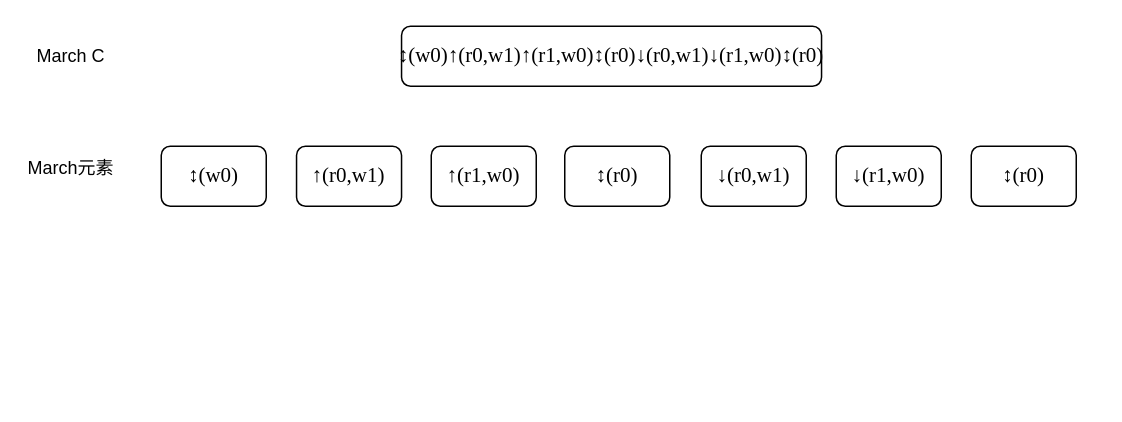
This is doc/March C表达式.drawio from shanshan-lu/homwork, a draw.io file, before an edit. Source tidied: cells renumbered, new cells numbered last; positions are measured from the earlier drawing's top-left corner, leaving out a move shared by most shapes. Both pictures are drawn from the tidied source at 150%, with x=0, y=0 at pixel (26, 26).
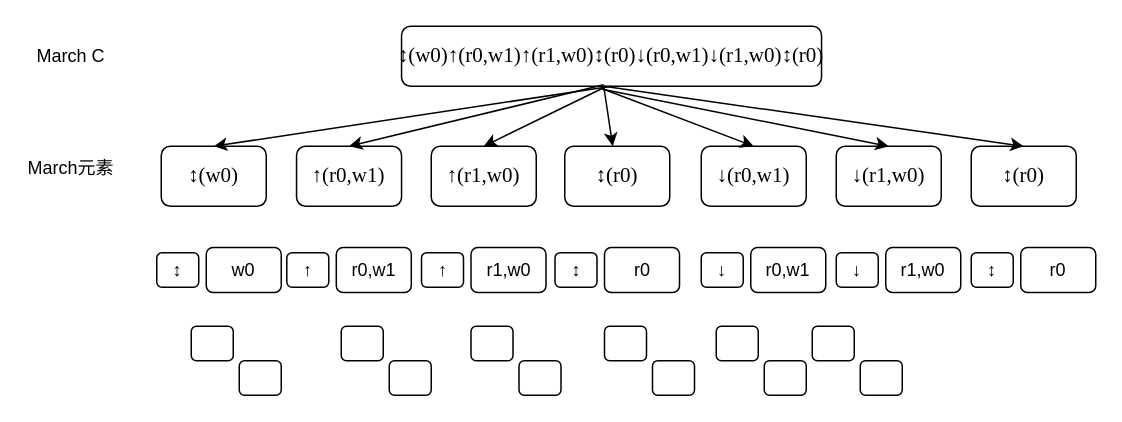
Above is the later version.

Commit message:
更新March C表达式.drawio

Unchanged cells that the change refers to:
```xml
<mxCell id="2" value="&lt;p class=&quot;MsoNormal&quot;&gt;&lt;span style=&quot;mso-spacerun:'yes';font-family:'Times New Roman';font-size:10.5000pt;&lt;br/&gt;mso-font-kerning:1.0000pt;&quot;&gt;↕(w0)↑(r0,w1)↑(r1,w0)↕(r0)↓(r0,w1)↓(r1,w0)↕(r0)&lt;/span&gt;&lt;/p&gt;" style="rounded=1;whiteSpace=wrap;html=1;" parent="1" vertex="1">
  <mxGeometry x="250.2" width="280" height="40" as="geometry" />
</mxCell>
<mxCell id="3" value="&lt;p class=&quot;MsoNormal&quot;&gt;&lt;span style=&quot;mso-spacerun:'yes';font-family:'Times New Roman';font-size:10.5000pt;&lt;br/&gt;mso-font-kerning:1.0000pt;&quot;&gt;↕(w0)&lt;/span&gt;&lt;/p&gt;" style="rounded=1;whiteSpace=wrap;html=1;" parent="1" vertex="1">
  <mxGeometry x="90" y="80" width="70" height="40" as="geometry" />
</mxCell>
<mxCell id="4" value="&lt;p class=&quot;MsoNormal&quot;&gt;&lt;span style=&quot;mso-spacerun:'yes';font-family:'Times New Roman';font-size:10.5000pt;&#10;mso-font-kerning:1.0000pt;&quot;&gt;&lt;font face=&quot;Times New Roman&quot;&gt;↑(r0,w1)&lt;/font&gt;&lt;/span&gt;&lt;/p&gt;" style="rounded=1;whiteSpace=wrap;html=1;" parent="1" vertex="1">
  <mxGeometry x="180.2" y="80" width="70" height="40" as="geometry" />
</mxCell>
<mxCell id="5" value="&lt;p class=&quot;MsoNormal&quot;&gt;&lt;span style=&quot;mso-spacerun:'yes';font-family:'Times New Roman';font-size:10.5000pt;&lt;br/&gt;mso-font-kerning:1.0000pt;&quot;&gt;↑(r1,w0)&lt;/span&gt;&lt;/p&gt;" style="rounded=1;whiteSpace=wrap;html=1;" parent="1" vertex="1">
  <mxGeometry x="270" y="80" width="70" height="40" as="geometry" />
</mxCell>
<mxCell id="6" value="&lt;p class=&quot;MsoNormal&quot;&gt;&lt;span style=&quot;mso-spacerun:'yes';font-family:'Times New Roman';font-size:10.5000pt;&lt;br/&gt;mso-font-kerning:1.0000pt;&quot;&gt;↕(r0)&lt;/span&gt;&lt;/p&gt;" style="rounded=1;whiteSpace=wrap;html=1;" parent="1" vertex="1">
  <mxGeometry x="359" y="80" width="70" height="40" as="geometry" />
</mxCell>
<mxCell id="7" value="&lt;p class=&quot;MsoNormal&quot;&gt;&lt;span style=&quot;mso-spacerun:'yes';font-family:'Times New Roman';font-size:10.5000pt;&lt;br/&gt;mso-font-kerning:1.0000pt;&quot;&gt;↓(r0,w1)&lt;/span&gt;&lt;/p&gt;" style="rounded=1;whiteSpace=wrap;html=1;" parent="1" vertex="1">
  <mxGeometry x="450" y="80" width="70" height="40" as="geometry" />
</mxCell>
<mxCell id="8" value="&lt;p class=&quot;MsoNormal&quot;&gt;&lt;span style=&quot;mso-spacerun:'yes';font-family:'Times New Roman';font-size:10.5000pt;&lt;br/&gt;mso-font-kerning:1.0000pt;&quot;&gt;↓(r1,w0)&lt;/span&gt;&lt;/p&gt;" style="rounded=1;whiteSpace=wrap;html=1;" parent="1" vertex="1">
  <mxGeometry x="540" y="80" width="70" height="40" as="geometry" />
</mxCell>
<mxCell id="9" value="&lt;p class=&quot;MsoNormal&quot;&gt;&lt;span style=&quot;mso-spacerun:'yes';font-family:'Times New Roman';font-size:10.5000pt;&lt;br/&gt;mso-font-kerning:1.0000pt;&quot;&gt;↕(r0)&lt;/span&gt;&lt;/p&gt;" style="rounded=1;whiteSpace=wrap;html=1;" parent="1" vertex="1">
  <mxGeometry x="630" y="80" width="70" height="40" as="geometry" />
</mxCell>
```

Change to the diagram source:
```diff
@@
+    <mxCell id="12" style="endArrow=classic;html=1;rounded=0;exitX=0.5;exitY=1;exitDx=0;exitDy=0;entryX=0.5;entryY=0;entryDx=0;entryDy=0;" parent="1" edge="1" source="2" target="3">
+      <mxGeometry relative="1" as="geometry" />
+    </mxCell>
+    <mxCell id="13" style="endArrow=classic;html=1;rounded=0;entryX=0.5;entryY=0;entryDx=0;entryDy=0;" parent="1" edge="1" target="4">
+      <mxGeometry relative="1" as="geometry">
+        <mxPoint x="385" y="39" as="sourcePoint" />
+      </mxGeometry>
+    </mxCell>
+    <mxCell id="14" style="endArrow=classic;html=1;rounded=0;entryX=0.5;entryY=0;entryDx=0;entryDy=0;" parent="1" edge="1" target="5">
+      <mxGeometry relative="1" as="geometry">
+        <mxPoint x="387" y="40" as="sourcePoint" />
+      </mxGeometry>
+    </mxCell>
+    <mxCell id="15" style="endArrow=classic;html=1;rounded=0;" parent="1" edge="1" target="6">
+      <mxGeometry relative="1" as="geometry">
+        <mxPoint x="385" y="40" as="sourcePoint" />
+      </mxGeometry>
+    </mxCell>
+    <mxCell id="16" style="endArrow=classic;html=1;rounded=0;entryX=0.5;entryY=0;entryDx=0;entryDy=0;" parent="1" edge="1" target="7">
+      <mxGeometry relative="1" as="geometry">
+        <mxPoint x="385" y="42" as="sourcePoint" />
+      </mxGeometry>
+    </mxCell>
+    <mxCell id="17" style="endArrow=classic;html=1;rounded=0;entryX=0.5;entryY=0;entryDx=0;entryDy=0;" parent="1" edge="1" target="8">
+      <mxGeometry relative="1" as="geometry">
+        <mxPoint x="384" y="42" as="sourcePoint" />
+      </mxGeometry>
+    </mxCell>
+    <mxCell id="18" style="endArrow=classic;html=1;rounded=0;entryX=0.5;entryY=0;entryDx=0;entryDy=0;" parent="1" edge="1" target="9">
+      <mxGeometry relative="1" as="geometry">
+        <mxPoint x="385" y="40" as="sourcePoint" />
+      </mxGeometry>
+    </mxCell>
+    <mxCell id="19" value="↕" style="rounded=1;whiteSpace=wrap;html=1;" parent="1" vertex="1">
+      <mxGeometry x="87" y="151" width="28" height="23" as="geometry" />
+    </mxCell>
+    <mxCell id="20" value="w0" style="rounded=1;whiteSpace=wrap;html=1;" parent="1" vertex="1">
+      <mxGeometry x="120" y="147.5" width="50" height="30" as="geometry" />
+    </mxCell>
+    <mxCell id="21" value="↑" style="rounded=1;whiteSpace=wrap;html=1;" parent="1" vertex="1">
+      <mxGeometry x="173.7" y="151" width="28" height="23" as="geometry" />
+    </mxCell>
+    <mxCell id="22" value="r0,w1" style="rounded=1;whiteSpace=wrap;html=1;" parent="1" vertex="1">
+      <mxGeometry x="206.7" y="147.5" width="50" height="30" as="geometry" />
+    </mxCell>
+    <mxCell id="23" value="↑" style="rounded=1;whiteSpace=wrap;html=1;" parent="1" vertex="1">
+      <mxGeometry x="263.5" y="151" width="28" height="23" as="geometry" />
+    </mxCell>
+    <mxCell id="24" value="r1,w0" style="rounded=1;whiteSpace=wrap;html=1;" parent="1" vertex="1">
+      <mxGeometry x="296.5" y="147.5" width="50" height="30" as="geometry" />
+    </mxCell>
+    <mxCell id="25" value="↕" style="rounded=1;whiteSpace=wrap;html=1;" parent="1" vertex="1">
+      <mxGeometry x="352.5" y="151" width="28" height="23" as="geometry" />
+    </mxCell>
+    <mxCell id="26" value="r0" style="rounded=1;whiteSpace=wrap;html=1;" parent="1" vertex="1">
+      <mxGeometry x="385.5" y="147.5" width="50" height="30" as="geometry" />
+    </mxCell>
+    <mxCell id="27" value="↓" style="rounded=1;whiteSpace=wrap;html=1;" parent="1" vertex="1">
+      <mxGeometry x="450" y="151" width="28" height="23" as="geometry" />
+    </mxCell>
+    <mxCell id="28" value="r0,w1" style="rounded=1;whiteSpace=wrap;html=1;" parent="1" vertex="1">
+      <mxGeometry x="483" y="147.5" width="50" height="30" as="geometry" />
+    </mxCell>
+    <mxCell id="29" value="↓" style="rounded=1;whiteSpace=wrap;html=1;" parent="1" vertex="1">
+      <mxGeometry x="540" y="151" width="28" height="23" as="geometry" />
+    </mxCell>
+    <mxCell id="30" value="r1,w0" style="rounded=1;whiteSpace=wrap;html=1;" parent="1" vertex="1">
+      <mxGeometry x="573" y="147.5" width="50" height="30" as="geometry" />
+    </mxCell>
+    <mxCell id="31" value="↕" style="rounded=1;whiteSpace=wrap;html=1;" parent="1" vertex="1">
+      <mxGeometry x="630" y="151" width="28" height="23" as="geometry" />
+    </mxCell>
+    <mxCell id="32" value="r0" style="rounded=1;whiteSpace=wrap;html=1;" parent="1" vertex="1">
+      <mxGeometry x="663" y="147.5" width="50" height="30" as="geometry" />
+    </mxCell>
+    <mxCell id="33" style="rounded=1;whiteSpace=wrap;html=1;" parent="1" vertex="1">
+      <mxGeometry x="110" y="200" width="28" height="23" as="geometry" />
+    </mxCell>
+    <mxCell id="34" style="rounded=1;whiteSpace=wrap;html=1;" parent="1" vertex="1">
+      <mxGeometry x="142" y="223" width="28" height="23" as="geometry" />
+    </mxCell>
+    <mxCell id="35" style="rounded=1;whiteSpace=wrap;html=1;" parent="1" vertex="1">
+      <mxGeometry x="210" y="200" width="28" height="23" as="geometry" />
+    </mxCell>
+    <mxCell id="36" style="rounded=1;whiteSpace=wrap;html=1;" parent="1" vertex="1">
+      <mxGeometry x="242" y="223" width="28" height="23" as="geometry" />
+    </mxCell>
+    <mxCell id="37" style="rounded=1;whiteSpace=wrap;html=1;" parent="1" vertex="1">
+      <mxGeometry x="296.5" y="200" width="28" height="23" as="geometry" />
+    </mxCell>
+    <mxCell id="38" style="rounded=1;whiteSpace=wrap;html=1;" parent="1" vertex="1">
+      <mxGeometry x="328.5" y="223" width="28" height="23" as="geometry" />
+    </mxCell>
+    <mxCell id="39" style="rounded=1;whiteSpace=wrap;html=1;" parent="1" vertex="1">
+      <mxGeometry x="385.5" y="200" width="28" height="23" as="geometry" />
+    </mxCell>
+    <mxCell id="40" style="rounded=1;whiteSpace=wrap;html=1;" parent="1" vertex="1">
+      <mxGeometry x="417.5" y="223" width="28" height="23" as="geometry" />
+    </mxCell>
+    <mxCell id="41" style="rounded=1;whiteSpace=wrap;html=1;" parent="1" vertex="1">
+      <mxGeometry x="460" y="200" width="28" height="23" as="geometry" />
+    </mxCell>
+    <mxCell id="42" style="rounded=1;whiteSpace=wrap;html=1;" parent="1" vertex="1">
+      <mxGeometry x="492" y="223" width="28" height="23" as="geometry" />
+    </mxCell>
+    <mxCell id="43" style="rounded=1;whiteSpace=wrap;html=1;" parent="1" vertex="1">
+      <mxGeometry x="524" y="200" width="28" height="23" as="geometry" />
+    </mxCell>
+    <mxCell id="44" style="rounded=1;whiteSpace=wrap;html=1;" parent="1" vertex="1">
+      <mxGeometry x="556" y="223" width="28" height="23" as="geometry" />
+    </mxCell>
```
